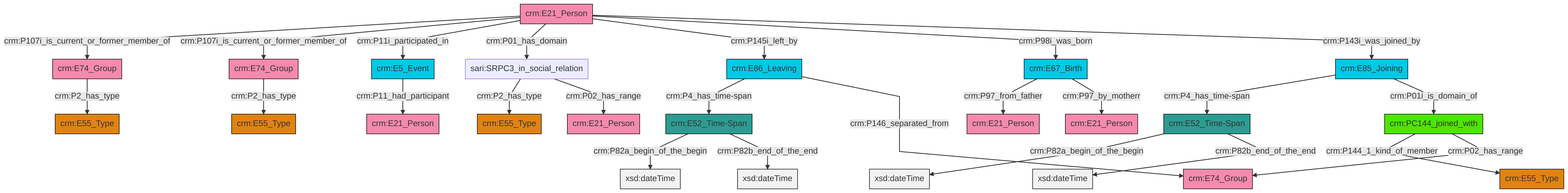
Above: et/personCSV/ttl/mmd/png/Person_Actor_Relations.png in swiss-art-research-net/reference-data-models (Mermaid), before the change. Its source is kept beside it as et/personCSV/ttl/mmd/Person_Actor_Relations.ttl.mmd.
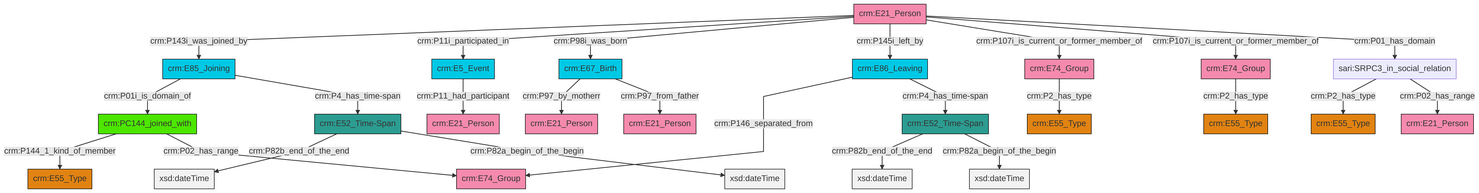
The same file after the commit.

The edit, as a diff of the source:
```diff
@@ -13,27 +13,27 @@
 classDef PC_Classes fill:#4ce600, stroke:#000000;
 classDef Multi fill:#cccccc,stroke:#000000;
 
-2["crm:E52_Time-Span"]:::Time-Span -->|crm:P82a_begin_of_the_begin| 3[xsd:dateTime]:::Literal
-6["sari:SRPC3_in_social_relation"]:::Default -->|crm:P2_has_type| 7["crm:E55_Type"]:::Type
-8["crm:E52_Time-Span"]:::Time-Span -->|crm:P82a_begin_of_the_begin| 9[xsd:dateTime]:::Literal
-10["crm:E85_Joining"]:::Temporal_Entity -->|crm:P4_has_time-span| 2["crm:E52_Time-Span"]:::Time-Span
-0["crm:E21_Person"]:::Actor -->|crm:P107i_is_current_or_former_member_of| 11["crm:E74_Group"]:::Actor
-2["crm:E52_Time-Span"]:::Time-Span -->|crm:P82b_end_of_the_end| 18[xsd:dateTime]:::Literal
-20["crm:E67_Birth"]:::Temporal_Entity -->|crm:P97_from_father| 13["crm:E21_Person"]:::Actor
-0["crm:E21_Person"]:::Actor -->|crm:P107i_is_current_or_former_member_of| 16["crm:E74_Group"]:::Actor
-23["crm:E86_Leaving"]:::Temporal_Entity -->|crm:P4_has_time-span| 8["crm:E52_Time-Span"]:::Time-Span
-16["crm:E74_Group"]:::Actor -->|crm:P2_has_type| 24["crm:E55_Type"]:::Type
-21["crm:PC144_joined_with"]:::PC_Classes -->|crm:P144_1_kind_of_member| 26["crm:E55_Type"]:::Type
-6["sari:SRPC3_in_social_relation"]:::Default -->|crm:P02_has_range| 27["crm:E21_Person"]:::Actor
-0["crm:E21_Person"]:::Actor -->|crm:P11i_participated_in| 29["crm:E5_Event"]:::Temporal_Entity
-0["crm:E21_Person"]:::Actor -->|crm:P01_has_domain| 6["sari:SRPC3_in_social_relation"]:::Default
-8["crm:E52_Time-Span"]:::Time-Span -->|crm:P82b_end_of_the_end| 30[xsd:dateTime]:::Literal
-20["crm:E67_Birth"]:::Temporal_Entity -->|crm:P97_by_motherr| 31["crm:E21_Person"]:::Actor
-10["crm:E85_Joining"]:::Temporal_Entity -->|crm:P01i_is_domain_of| 21["crm:PC144_joined_with"]:::PC_Classes
-0["crm:E21_Person"]:::Actor -->|crm:P145i_left_by| 23["crm:E86_Leaving"]:::Temporal_Entity
-11["crm:E74_Group"]:::Actor -->|crm:P2_has_type| 38["crm:E55_Type"]:::Type
-21["crm:PC144_joined_with"]:::PC_Classes -->|crm:P02_has_range| 41["crm:E74_Group"]:::Actor
-29["crm:E5_Event"]:::Temporal_Entity -->|crm:P11_had_participant| 4["crm:E21_Person"]:::Actor
-23["crm:E86_Leaving"]:::Temporal_Entity -->|crm:P146_separated_from| 41["crm:E74_Group"]:::Actor
-0["crm:E21_Person"]:::Actor -->|crm:P98i_was_born| 20["crm:E67_Birth"]:::Temporal_Entity
-0["crm:E21_Person"]:::Actor -->|crm:P143i_was_joined_by| 10["crm:E85_Joining"]:::Temporal_Entity
+6["crm:E74_Group"]:::Actor -->|crm:P2_has_type| 7["crm:E55_Type"]:::Type
+14["sari:SRPC3_in_social_relation"]:::Default -->|crm:P2_has_type| 15["crm:E55_Type"]:::Type
+2["crm:E67_Birth"]:::Temporal_Entity -->|crm:P97_by_motherr| 19["crm:E21_Person"]:::Actor
+20["crm:E21_Person"]:::Actor -->|crm:P143i_was_joined_by| 21["crm:E85_Joining"]:::Temporal_Entity
+12["crm:PC144_joined_with"]:::PC_Classes -->|crm:P144_1_kind_of_member| 16["crm:E55_Type"]:::Type
+28["crm:E5_Event"]:::Temporal_Entity -->|crm:P11_had_participant| 29["crm:E21_Person"]:::Actor
+0["crm:E52_Time-Span"]:::Time-Span -->|crm:P82b_end_of_the_end| 30[xsd:dateTime]:::Literal
+20["crm:E21_Person"]:::Actor -->|crm:P11i_participated_in| 28["crm:E5_Event"]:::Temporal_Entity
+20["crm:E21_Person"]:::Actor -->|crm:P98i_was_born| 2["crm:E67_Birth"]:::Temporal_Entity
+0["crm:E52_Time-Span"]:::Time-Span -->|crm:P82a_begin_of_the_begin| 33[xsd:dateTime]:::Literal
+14["sari:SRPC3_in_social_relation"]:::Default -->|crm:P02_has_range| 8["crm:E21_Person"]:::Actor
+2["crm:E67_Birth"]:::Temporal_Entity -->|crm:P97_from_father| 23["crm:E21_Person"]:::Actor
+34["crm:E74_Group"]:::Actor -->|crm:P2_has_type| 26["crm:E55_Type"]:::Type
+12["crm:PC144_joined_with"]:::PC_Classes -->|crm:P02_has_range| 10["crm:E74_Group"]:::Actor
+20["crm:E21_Person"]:::Actor -->|crm:P145i_left_by| 38["crm:E86_Leaving"]:::Temporal_Entity
+4["crm:E52_Time-Span"]:::Time-Span -->|crm:P82b_end_of_the_end| 41[xsd:dateTime]:::Literal
+38["crm:E86_Leaving"]:::Temporal_Entity -->|crm:P146_separated_from| 10["crm:E74_Group"]:::Actor
+4["crm:E52_Time-Span"]:::Time-Span -->|crm:P82a_begin_of_the_begin| 43[xsd:dateTime]:::Literal
+21["crm:E85_Joining"]:::Temporal_Entity -->|crm:P01i_is_domain_of| 12["crm:PC144_joined_with"]:::PC_Classes
+20["crm:E21_Person"]:::Actor -->|crm:P107i_is_current_or_former_member_of| 34["crm:E74_Group"]:::Actor
+20["crm:E21_Person"]:::Actor -->|crm:P107i_is_current_or_former_member_of| 6["crm:E74_Group"]:::Actor
+38["crm:E86_Leaving"]:::Temporal_Entity -->|crm:P4_has_time-span| 0["crm:E52_Time-Span"]:::Time-Span
+20["crm:E21_Person"]:::Actor -->|crm:P01_has_domain| 14["sari:SRPC3_in_social_relation"]:::Default
+21["crm:E85_Joining"]:::Temporal_Entity -->|crm:P4_has_time-span| 4["crm:E52_Time-Span"]:::Time-Span
```
